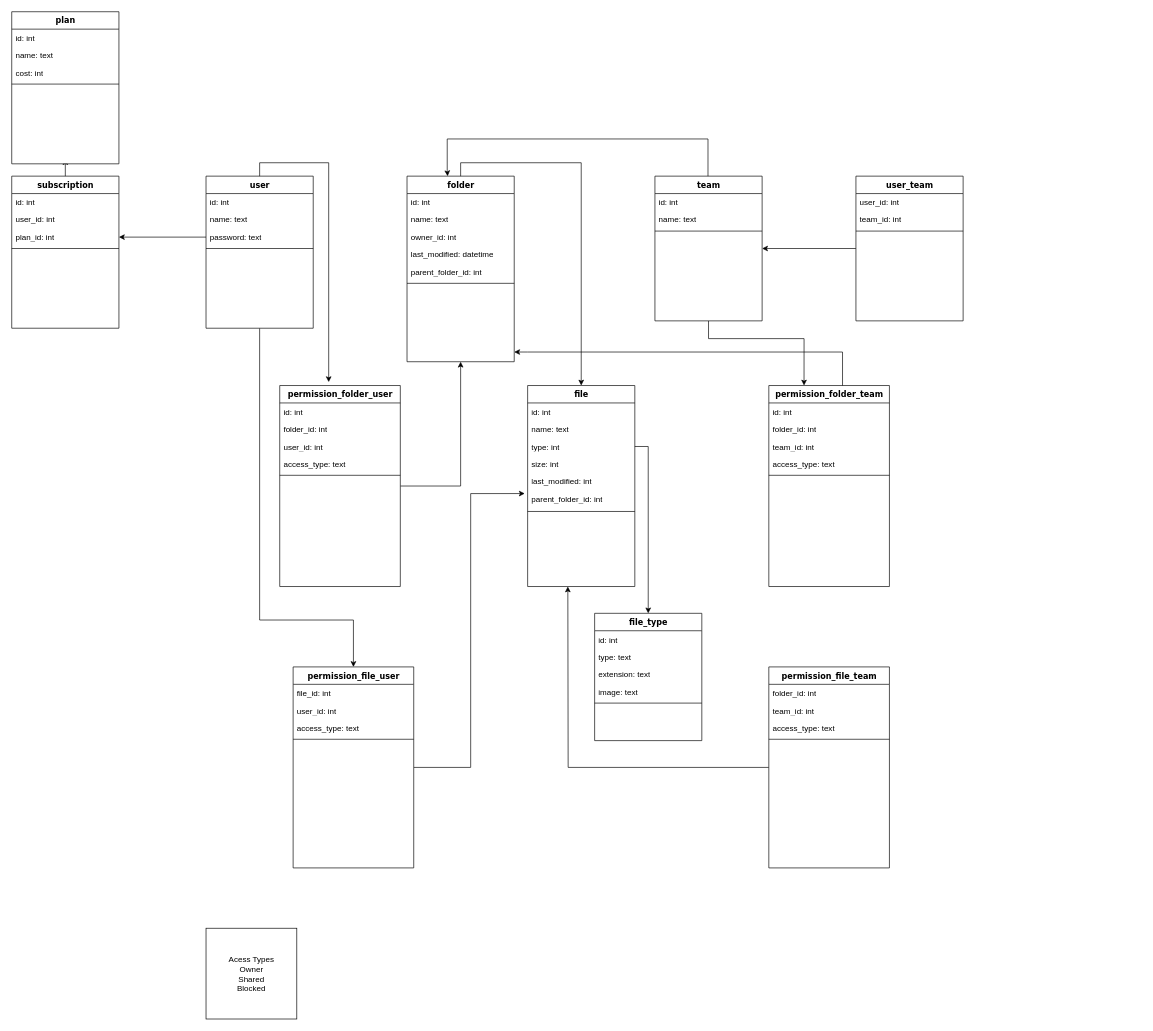
The draw.io diagram models/hello-storage.drawio in alexbkl/hello-back, before the edit. Source tidied: cells renumbered, new cells numbered last; positions are measured from the earlier drawing's top-left corner, leaving out a move shared by most shapes. Both pictures are drawn from the tidied source at 67%, with x=0, y=0 at pixel (11, 11).
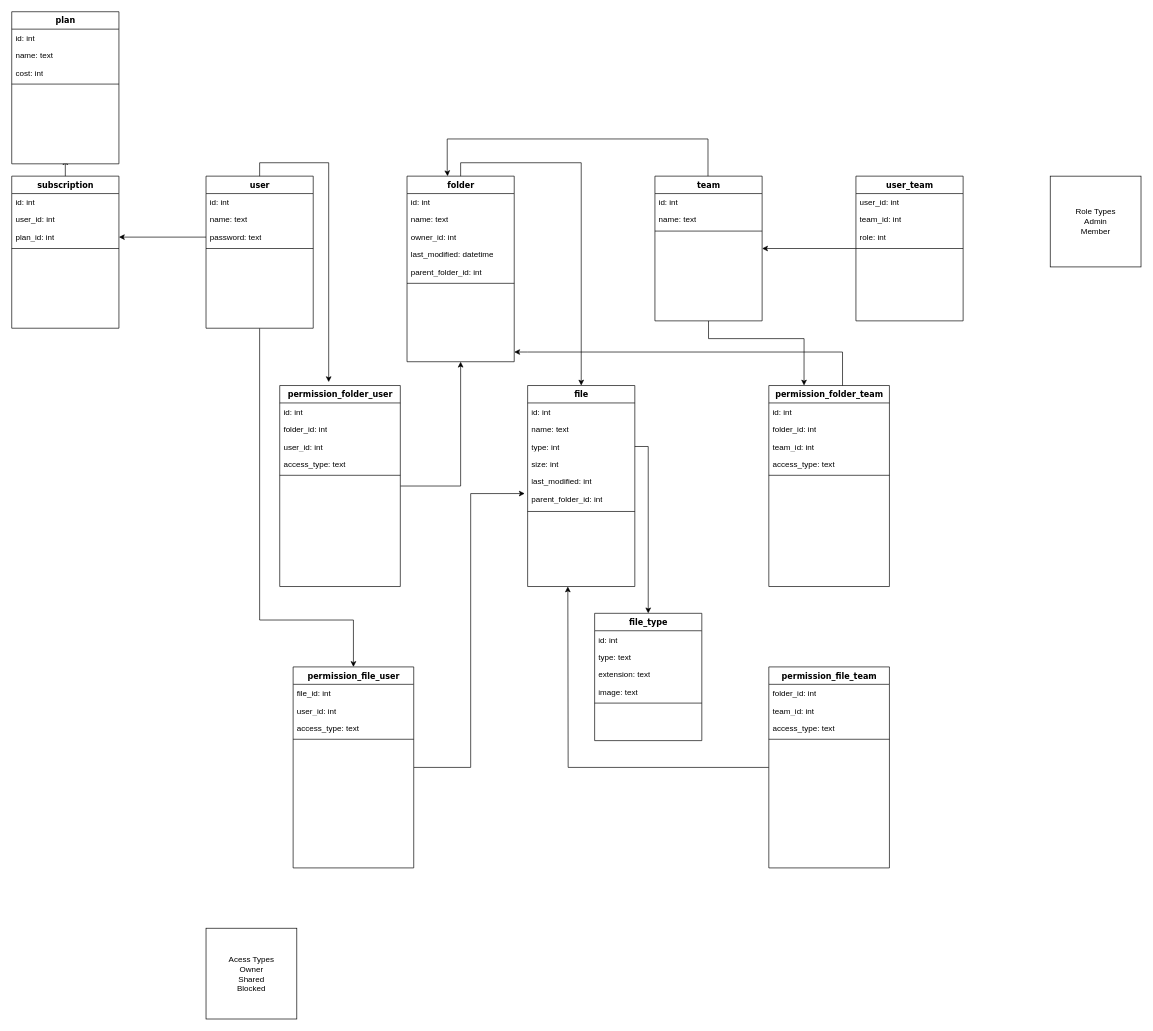
After the change.

Commit message:
feat: update user_team schema

The change refers to these unchanged cells:
```xml
<mxCell id="46" value="user_team" style="swimlane;html=1;fontStyle=1;align=center;verticalAlign=top;horizontal=1;startSize=26;swimlaneFillColor=#ffffff;rounded=0;shadow=0;comic=0;labelBackgroundColor=none;strokeWidth=1;fillColor=none;fontFamily=Verdana;fontSize=12;" parent="1" vertex="1">
  <mxGeometry x="1260" y="245.4" width="160" height="216" as="geometry" />
</mxCell>
```

Change to the diagram source:
```diff
@@
+    <mxCell id="82" value="role: int" style="text;html=1;strokeColor=none;fillColor=none;align=left;verticalAlign=top;spacingLeft=4;spacingRight=4;whiteSpace=wrap;overflow=hidden;" parent="46" vertex="1">
+      <mxGeometry y="78" width="160" height="26" as="geometry" />
+    </mxCell>
     <mxCell id="49" style="line;html=1;strokeWidth=1;fillColor=none;align=left;verticalAlign=middle;spacingTop=-1;spacingLeft=3;spacingRight=3;labelPosition=right;" parent="46" vertex="1">
-      <mxGeometry y="78" width="160" height="8" as="geometry" />
+      <mxGeometry y="104" width="160" height="8" as="geometry" />
     </mxCell>
@@
+    <mxCell id="83" value="Role Types&lt;br&gt;Admin&lt;br&gt;Member" style="whiteSpace=wrap;html=1;" parent="1" vertex="1">
+      <mxGeometry x="1550" y="245.4" width="135.5" height="135.5" as="geometry" />
+    </mxCell>
```
